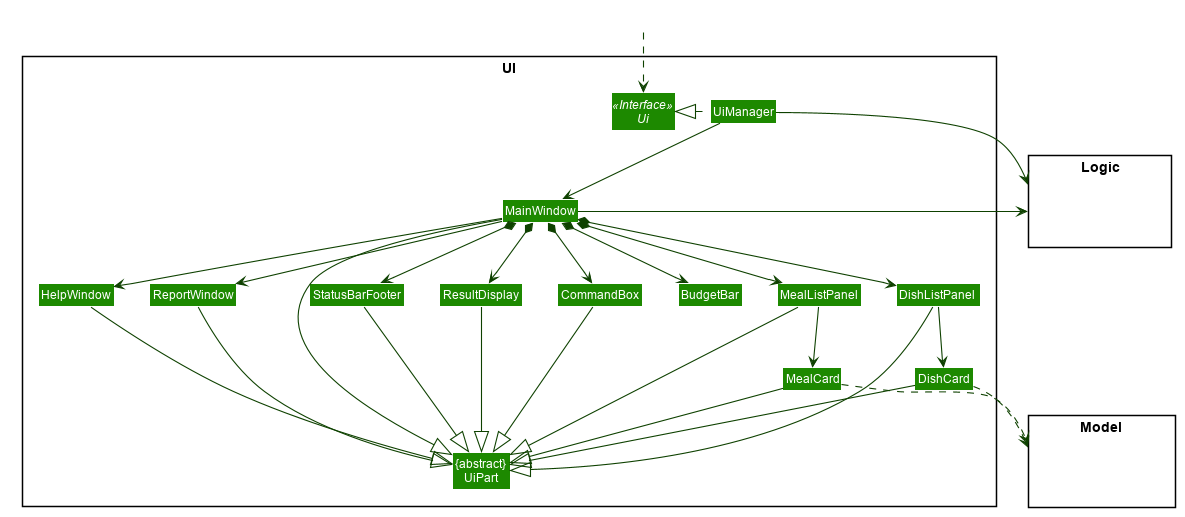
Before: docs/images/UiClassDiagram.png, a diagram exported from PlantUML (nus-cs2103-AY1920S1/addressbook-level3).
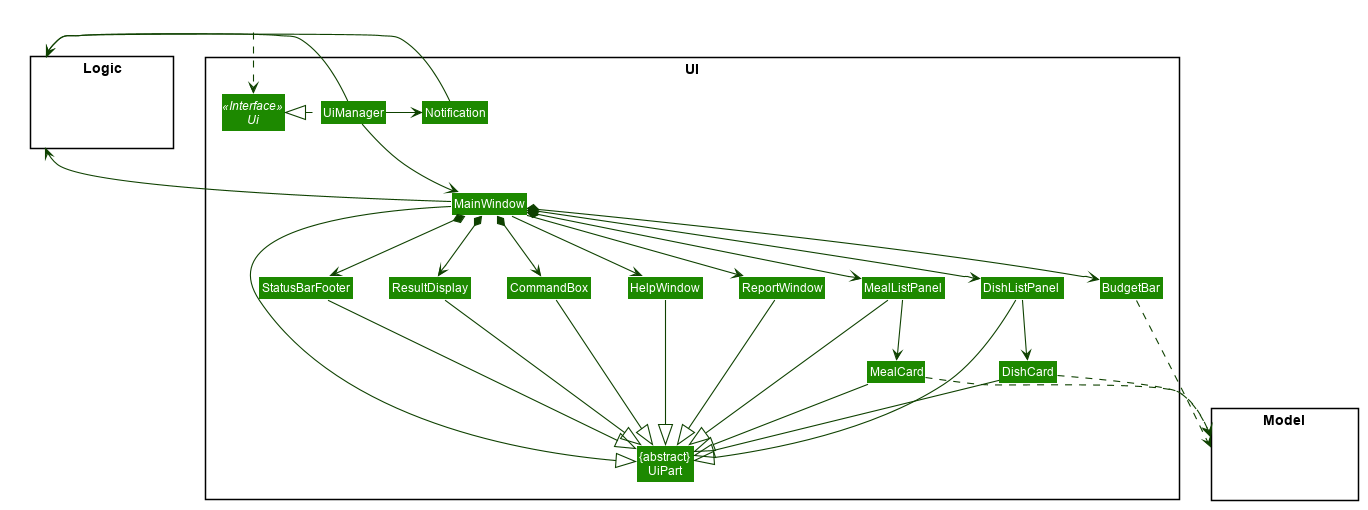
The same diagram one commit later.

Diff of the diagram source:
```diff
@@ -1,4 +1,7 @@
 @startuml
+
+
+
 
 
 
@@ -70,6 +73,7 @@
 Class ReportWindow
 Class StatusBarFooter
 Class CommandBox
+class Notification
 }
 
 package Model <<Rectangle>> {
@@ -85,6 +89,7 @@
 
 UiManager .left.|> Ui
 UiManager -down-> MainWindow
+UiManager -> Notification
 MainWindow --> HelpWindow
 MainWindow --> ReportWindow
 MainWindow *-down-> CommandBox
@@ -93,6 +98,7 @@
 MainWindow *-down-> MealListPanel
 MainWindow *-down-> StatusBarFooter
 MainWindow *-down-> BudgetBar
+
 
 DishListPanel -down-> DishCard
 MealListPanel -down-> MealCard
@@ -111,8 +117,10 @@
 
 DishCard ..> Model
 MealCard ..> Model
+BudgetBar ..> Model
 UiManager -right-> Logic
 MainWindow -left-> Logic
+Notification -> Logic
 
 DishListPanel -[hidden]left- MealListPanel
 CommandBox -[hidden]left- ResultDisplay
```
